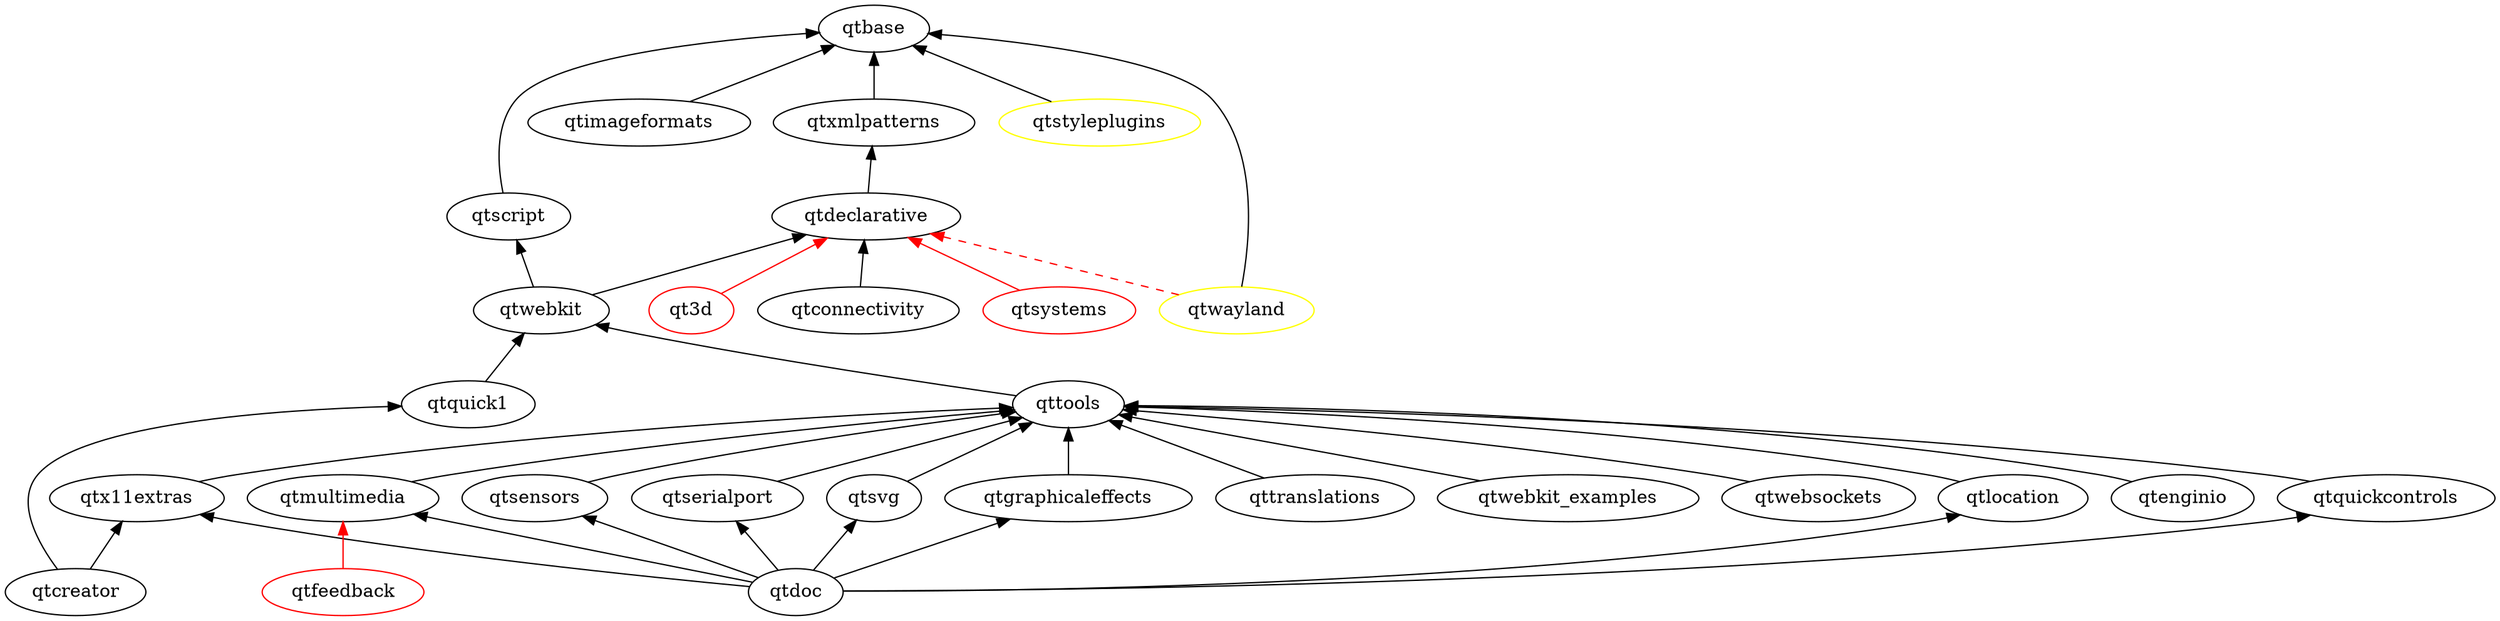
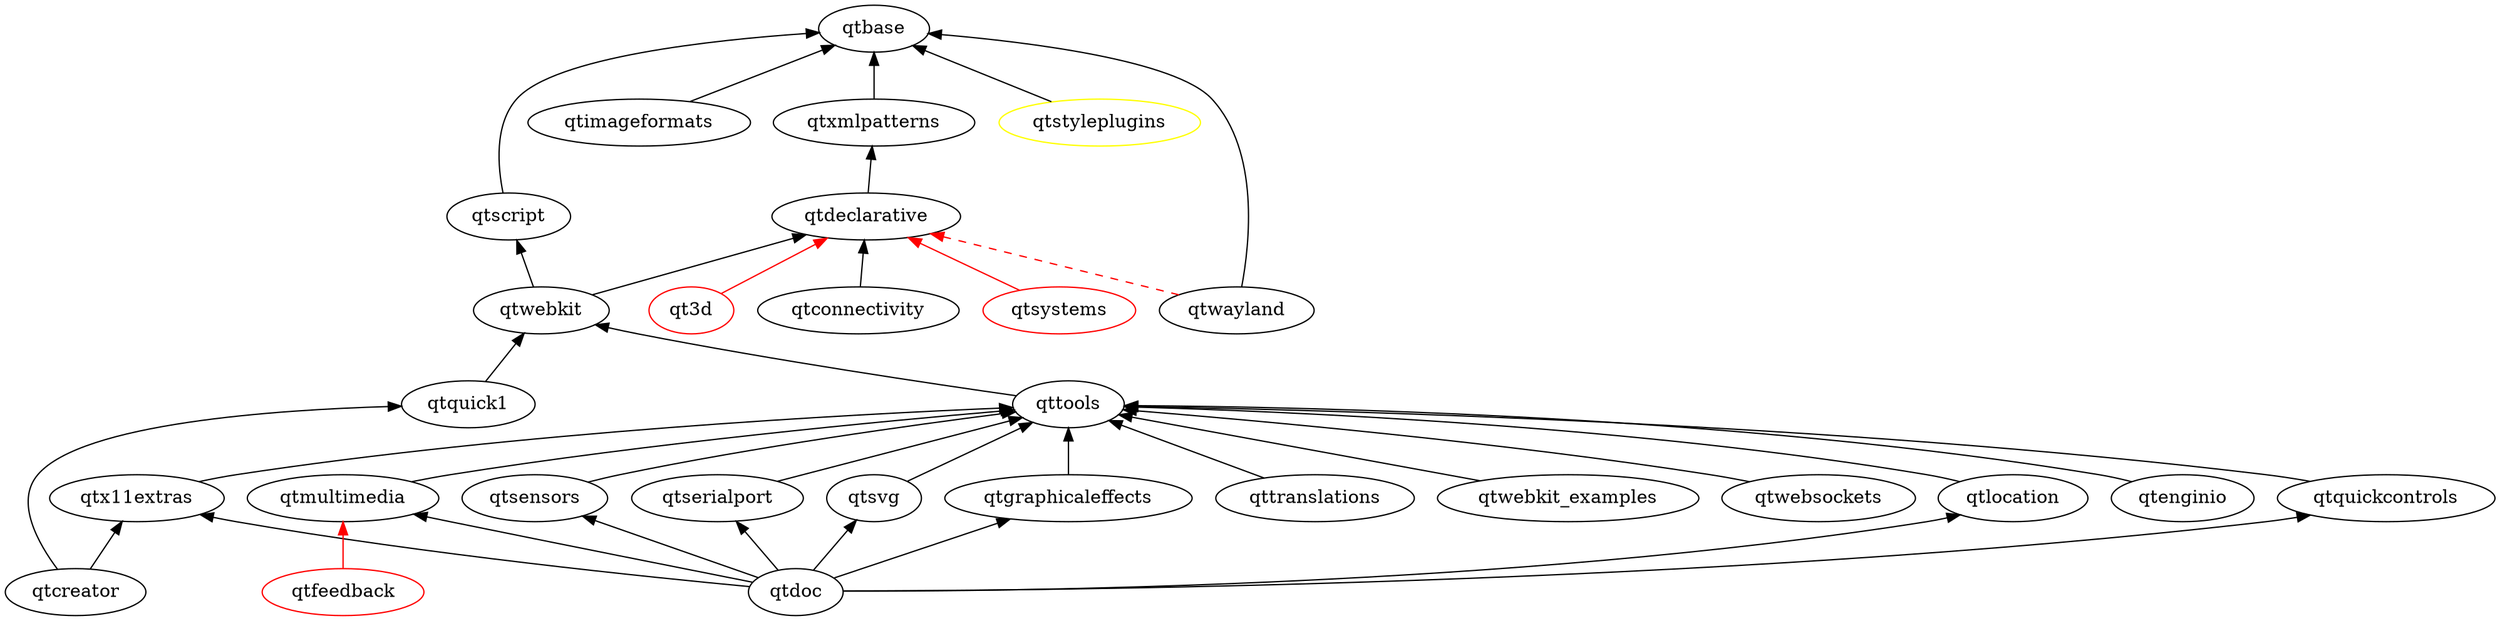
digraph qt5 {
  graph [
    rankdir = "BT"
  ]

  qt3d [ color = red ]
  qtbase
  qtconnectivity
  qtcreator
  qtdeclarative
  qtdoc
  qtenginio
  qtfeedback [ color = red ]
  qtgraphicaleffects
  qtimageformats
  qtlocation
  qtmultimedia
  qtquick1
  qtquickcontrols
  qtscript
  qtsensors
  qtserialport
  qtstyleplugins [ color = yellow ]
  qtsvg
  qtsystems [ color = red ]
  qttools
  qttranslations
-   qtwayland [ color = yellow ]
+   qtwayland
  qtwebkit
  qtwebkit_examples
  qtwebsockets
  qtx11extras
  qtxmlpatterns

  qtconnectivity -> qtdeclarative
  qtcreator -> qtx11extras
  qtcreator -> qtquick1
  qtdeclarative -> qtxmlpatterns
  qtdoc -> qtgraphicaleffects
  qtdoc -> qtmultimedia
  qtdoc -> qtlocation
  qtdoc -> qtquickcontrols
  qtdoc -> qtsensors
  qtdoc -> qtserialport
  qtdoc -> qtsvg
  qtdoc -> qtx11extras
  qtenginio -> qttools
  qtgraphicaleffects -> qttools
  qtimageformats -> qtbase
  qtmultimedia -> qttools
  qtquick1 -> qtwebkit
  qtquickcontrols -> qttools
  qtsensors -> qttools
  qtserialport -> qttools
  qtscript -> qtbase
  qtstyleplugins -> qtbase
  qtsvg -> qttools
  qttools -> qtwebkit
  qttranslations -> qttools
  qtwayland -> qtbase
  qtwebkit -> qtscript
  qtwebkit -> qtdeclarative
  qtwebkit_examples -> qttools
  qtwebsockets -> qttools
  qtx11extras -> qttools
  qtxmlpatterns -> qtbase
  qtlocation -> qttools

  // unsure/not-uploaded
  qt3d -> qtdeclarative [ color = red ]
  qtfeedback -> qtmultimedia [ color = red ]
  qtsystems -> qtdeclarative [ color = red ]
  qtwayland -> qtdeclarative [ color = red style = dashed ]
}
